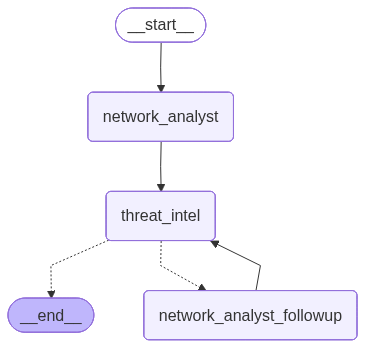
Before: docs/workflow_diagram.png, a diagram exported from Mermaid (Water6446/Cyber-Security-Agent-Network-Flow). Its source is kept beside it as docs/workflow_diagram.mmd. Source of this version:
```mermaid
---
config:
  flowchart:
    curve: linear
---
graph TD;
	__start__([<p>__start__</p>]):::first
	network_analyst(network_analyst)
	threat_intel(threat_intel)
	network_analyst_followup(network_analyst_followup)
	__end__([<p>__end__</p>]):::last
	__start__ --> network_analyst;
	network_analyst --> threat_intel;
	network_analyst_followup --> threat_intel;
	threat_intel -.-> __end__;
	threat_intel -.-> network_analyst_followup;
	classDef default fill:#f2f0ff,line-height:1.2
	classDef first fill-opacity:0
	classDef last fill:#bfb6fc
```
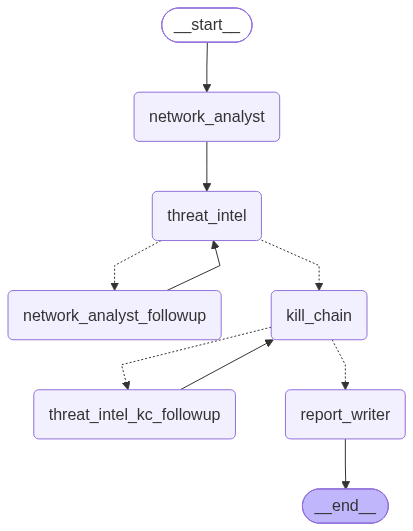
The same file after the commit.

Diff of the diagram source:
```diff
@@ -8,12 +8,19 @@
 	network_analyst(network_analyst)
 	threat_intel(threat_intel)
 	network_analyst_followup(network_analyst_followup)
+	kill_chain(kill_chain)
+	threat_intel_kc_followup(threat_intel_kc_followup)
+	report_writer(report_writer)
 	__end__([<p>__end__</p>]):::last
 	__start__ --> network_analyst;
+	kill_chain -.-> report_writer;
+	kill_chain -.-> threat_intel_kc_followup;
 	network_analyst --> threat_intel;
 	network_analyst_followup --> threat_intel;
-	threat_intel -.-> __end__;
+	threat_intel -.-> kill_chain;
 	threat_intel -.-> network_analyst_followup;
+	threat_intel_kc_followup --> kill_chain;
+	report_writer --> __end__;
 	classDef default fill:#f2f0ff,line-height:1.2
 	classDef first fill-opacity:0
 	classDef last fill:#bfb6fc
```
